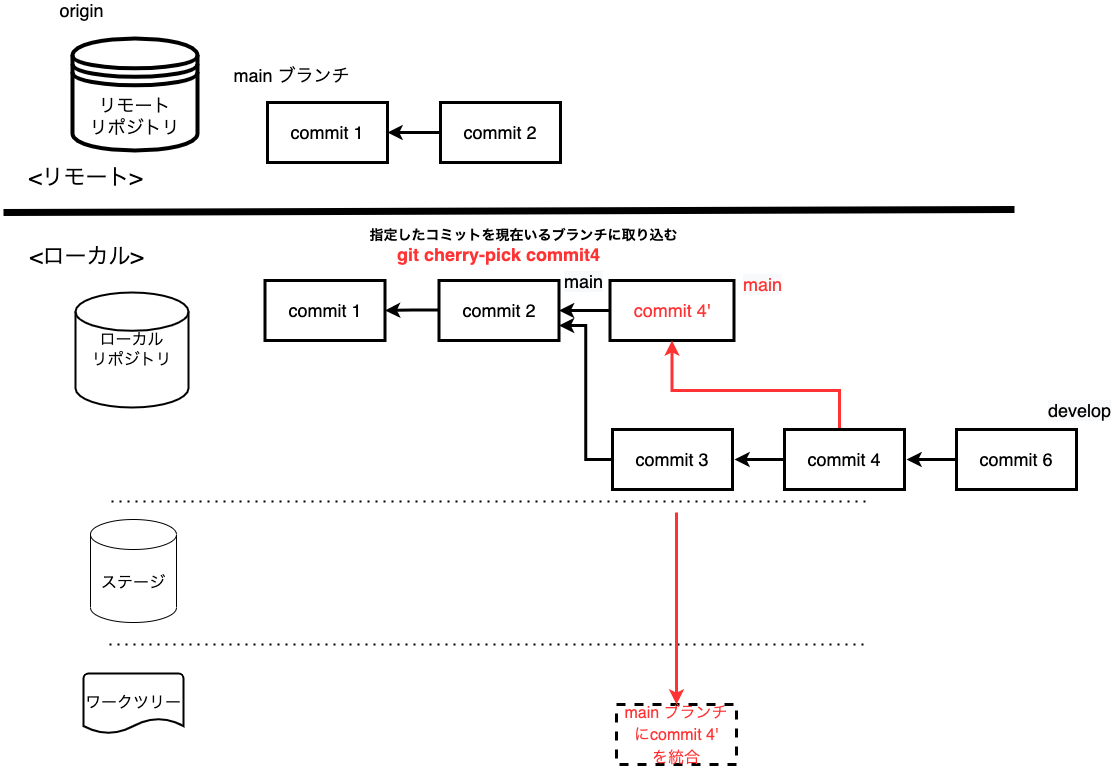
The draw.io diagram assets/image/Git勉強会_コマンドイメージ図-cherry-pick.drawio.png in irongineer/learning-git-for-team, before a commit. Source tidied: cells renumbered, new cells last; positions are measured from the earlier drawing's top-left corner, leaving out a move shared by most shapes.
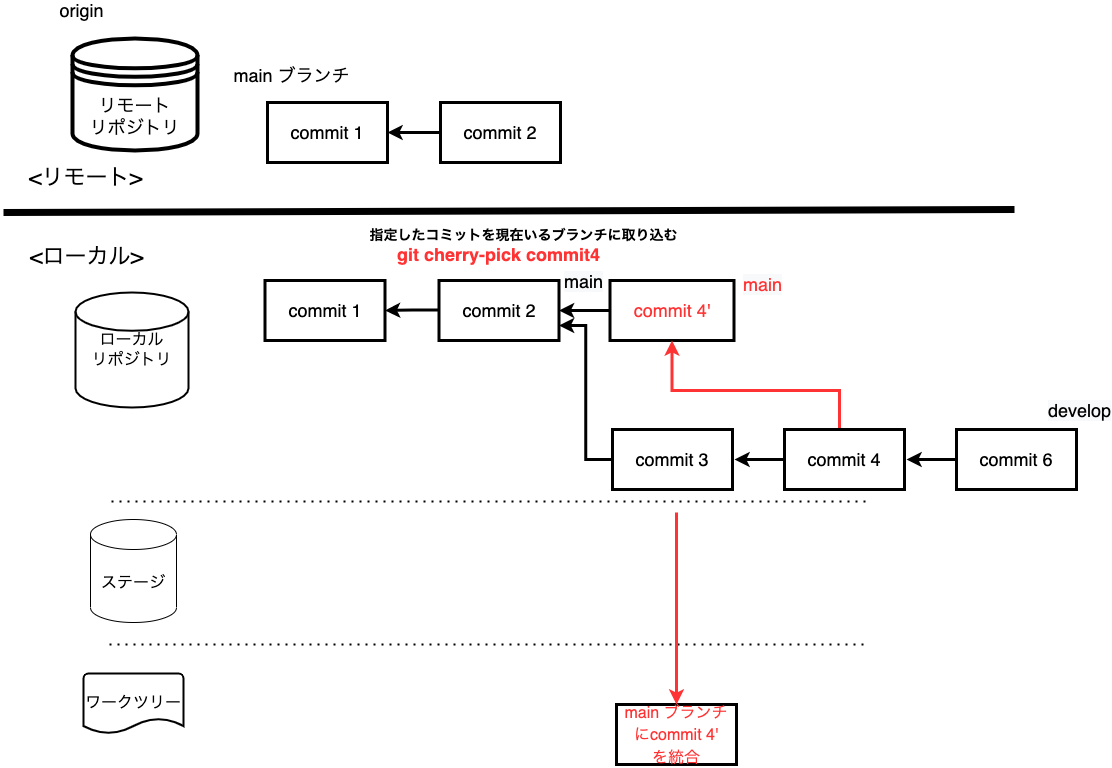
After the commit.

Change to the diagram source:
```diff
@@ -117,7 +117,7 @@
     <mxCell id="32" value="&lt;span style=&quot;font-family: &amp;#34;helvetica&amp;#34; ; font-size: 18px ; font-style: normal ; font-weight: 400 ; letter-spacing: normal ; text-align: center ; text-indent: 0px ; text-transform: none ; word-spacing: 0px ; background-color: rgb(248 , 249 , 250) ; display: inline ; float: none&quot;&gt;&lt;font color=&quot;#ff3333&quot;&gt;main&lt;/font&gt;&lt;/span&gt;" style="text;whiteSpace=wrap;html=1;fontColor=#000000;" parent="1" vertex="1">
       <mxGeometry x="738" y="267" width="60" height="30" as="geometry" />
     </mxCell>
-    <mxCell id="33" value="&lt;font style=&quot;font-size: 16px&quot;&gt;main ブランチにcommit 4'&lt;br&gt;を統合&lt;/font&gt;" style="whiteSpace=wrap;html=1;fontSize=18;fontColor=#FF3333;strokeWidth=3;dashed=1;" parent="1" vertex="1">
+    <mxCell id="33" value="&lt;font style=&quot;font-size: 16px&quot;&gt;main ブランチにcommit 4'&lt;br&gt;を統合&lt;/font&gt;" style="whiteSpace=wrap;html=1;fontSize=18;fontColor=#FF3333;strokeWidth=3;" parent="1" vertex="1">
       <mxGeometry x="613" y="704" width="120" height="60" as="geometry" />
     </mxCell>
     <mxCell id="34" style="edgeStyle=orthogonalEdgeStyle;rounded=0;jettySize=auto;html=1;entryX=0.5;entryY=0;entryDx=0;entryDy=0;fontSize=18;fontColor=#000000;strokeColor=#FF3333;strokeWidth=3;" parent="1" edge="1" target="33">
```
